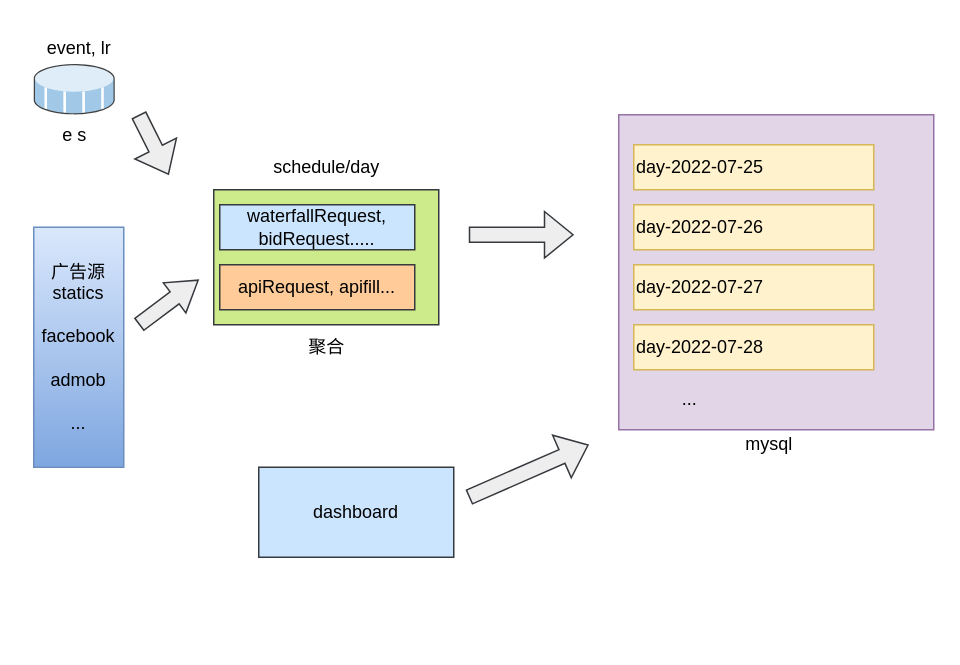
Sc-glong/diagrams keeps this draw.io diagram as event_new.drawio. Above is the earlier version. Source tidied: cells renumbered, new cells numbered last; positions are measured from the earlier drawing's top-left corner, leaving out a move shared by most shapes. Both pictures are drawn from the tidied source at 150%, with x=0, y=0 at pixel (26, 26).
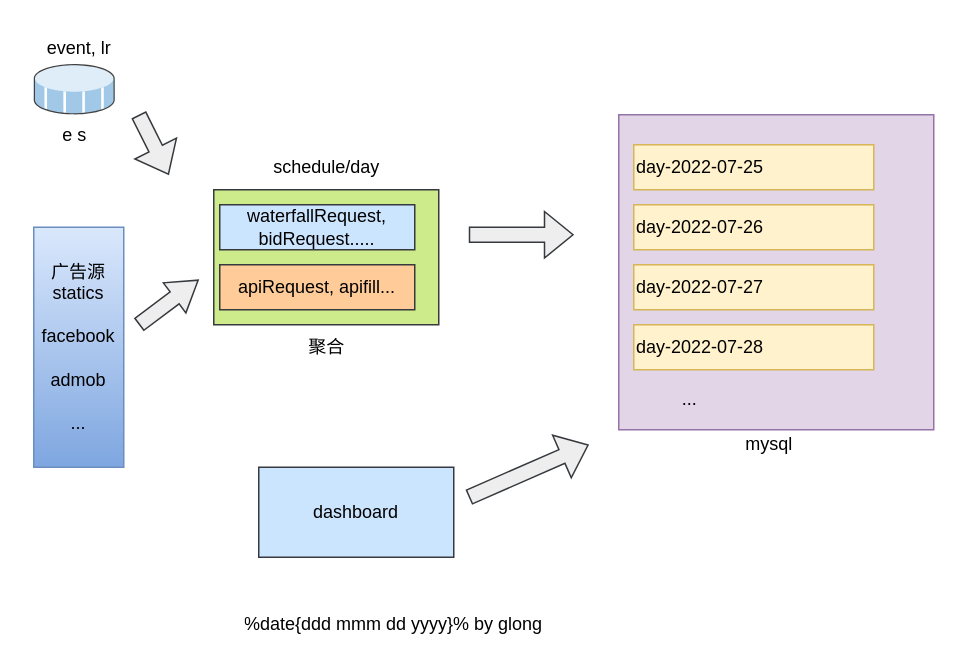
The same diagram, later.

The edit, as a diff of the source:
```diff
@@
+    <mxCell id="22" value="%date{ddd mmm dd yyyy}% by glong" style="text;html=1;strokeColor=none;fillColor=none;align=center;verticalAlign=middle;whiteSpace=wrap;overflow=hidden;" parent="1" vertex="1">
+      <mxGeometry x="135" y="389" width="220" height="20" as="geometry" />
+    </mxCell>
```
